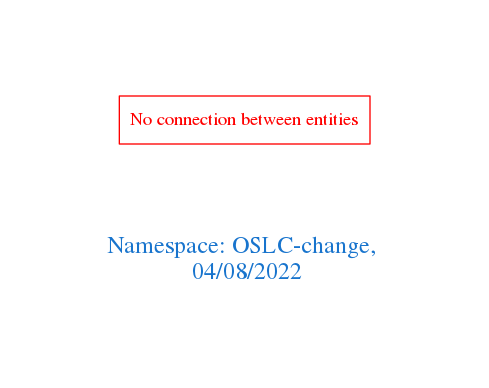
Earlier version of the Graphviz export downloads/OSLC-change.png (arago/OGIT). Its source is kept beside it as downloads/OSLC-change.dot. Its diagram source:
```dot
digraph OGIT_ontology {
 graph [ rankdir= LR,pad=1
fontsize = 18,
fontcolor= dodgerblue3,label = "\n\n\nNamespace: OSLC-change, \n 04/08/2022"];
node[shape=polygon];
edge [  color="gray81"];

"No connection between entities" [fontcolor = "red",color="red", shape="polygon"]
}
```
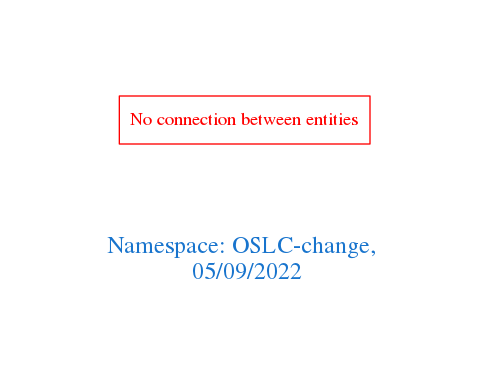
Above is the later version.

Change to the diagram source:
```diff
@@ -1,7 +1,7 @@
 digraph OGIT_ontology {
  graph [ rankdir= LR,pad=1
 fontsize = 18,
-fontcolor= dodgerblue3,label = "\n\n\nNamespace: OSLC-change, \n 04/08/2022"];
+fontcolor= dodgerblue3,label = "\n\n\nNamespace: OSLC-change, \n 05/09/2022"];
 node[shape=polygon];
 edge [  color="gray81"];
 
```
